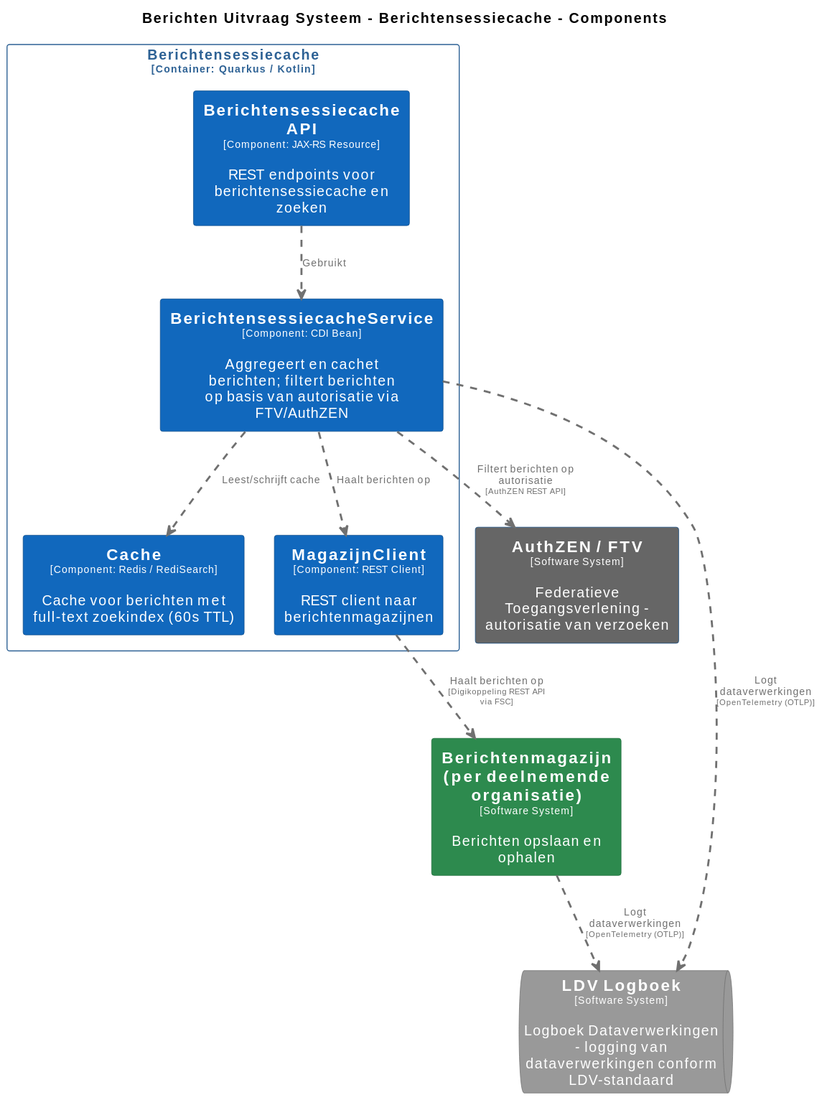
Earlier version of the PlantUML export master/svg/BerichtensessiecacheComponenten.svg (MinBZK/moza-poc-fbs-berichtenbox). Its source is kept beside it as master/puml/BerichtensessiecacheComponenten.puml.
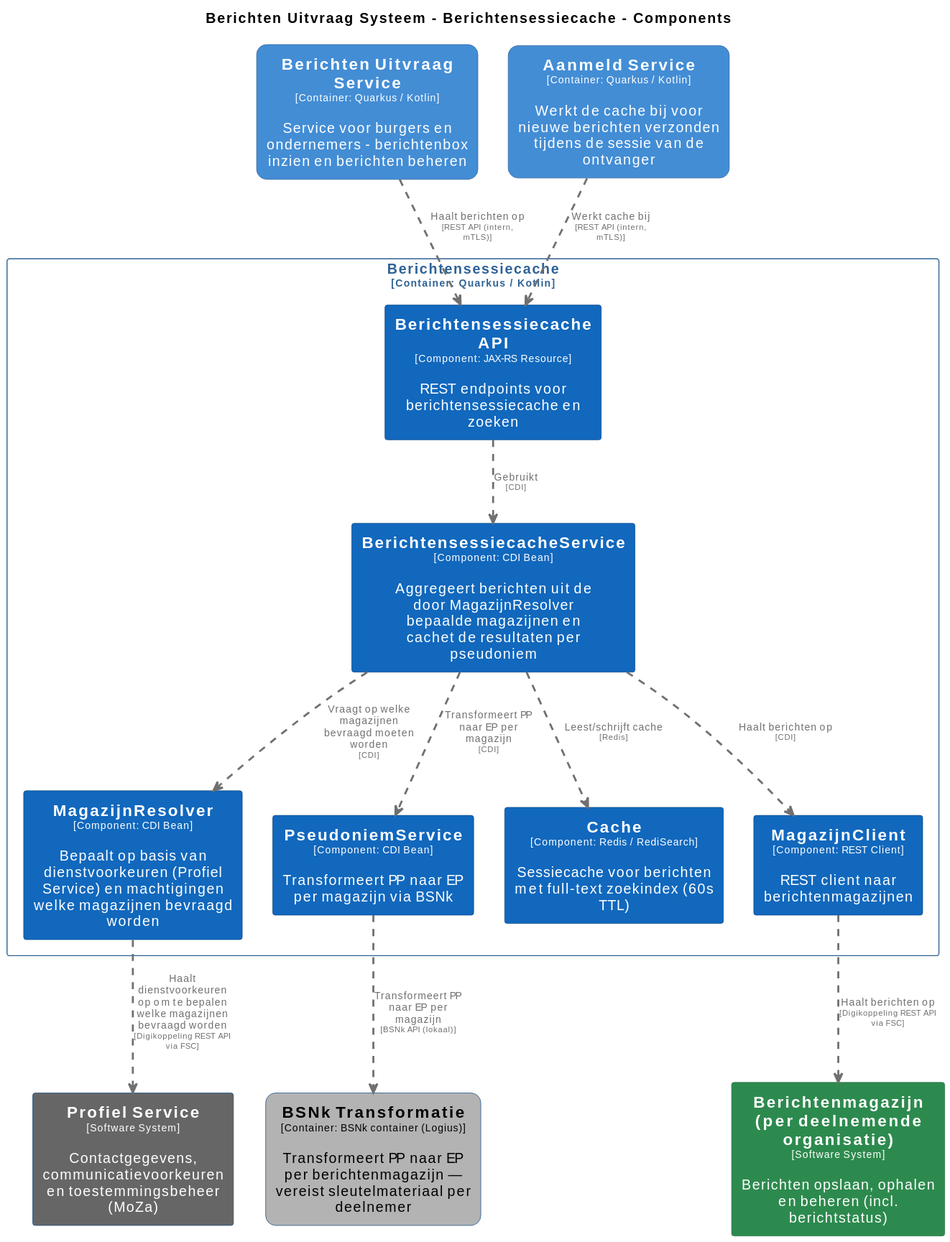
Later version of the same file.

What changed in the source:
```diff
@@ -15,10 +15,25 @@
 
 hide stereotype
 
-skinparam rectangle<<AuthZENFTV>> {
-  BackgroundColor #666666
+skinparam rectangle<<BerichtenUitvraagSysteem.AanmeldService>> {
+  BackgroundColor #438dd5
   FontColor #ffffff
+  BorderColor #2e6295
+  roundCorner 20
+  shadowing false
+}
+skinparam rectangle<<BerichtenUitvraagSysteem.BSNkTransformatie>> {
+  BackgroundColor #b3b3b3
+  FontColor #000000
   BorderColor #0b4884
+  roundCorner 20
+  shadowing false
+}
+skinparam rectangle<<BerichtenUitvraagSysteem.BerichtenUitvraagService>> {
+  BackgroundColor #438dd5
+  FontColor #ffffff
+  BorderColor #2e6295
+  roundCorner 20
   shadowing false
 }
 skinparam rectangle<<Berichtenmagazijnperdeelnemendeorganisatie>> {
@@ -45,13 +60,25 @@
   BorderColor #0b4884
   shadowing false
 }
-skinparam queue<<LDVLogboek>> {
-  BackgroundColor #999999
+skinparam rectangle<<BerichtenUitvraagSysteem.Berichtensessiecache.MagazijnClient>> {
+  BackgroundColor #1168bd
   FontColor #ffffff
-  BorderColor #6b6b6b
+  BorderColor #0b4884
   shadowing false
 }
-skinparam rectangle<<BerichtenUitvraagSysteem.Berichtensessiecache.MagazijnClient>> {
+skinparam rectangle<<BerichtenUitvraagSysteem.Berichtensessiecache.MagazijnResolver>> {
+  BackgroundColor #1168bd
+  FontColor #ffffff
+  BorderColor #0b4884
+  shadowing false
+}
+skinparam rectangle<<ProfielService>> {
+  BackgroundColor #666666
+  FontColor #ffffff
+  BorderColor #0b4884
+  shadowing false
+}
+skinparam rectangle<<BerichtenUitvraagSysteem.Berichtensessiecache.PseudoniemService>> {
   BackgroundColor #1168bd
   FontColor #ffffff
   BorderColor #0b4884
@@ -63,22 +90,29 @@
   shadowing false
 }
 
-rectangle "==AuthZEN / FTV\n<size:10>[Software System]</size>\n\nFederatieve Toegangsverlening - autorisatie van verzoeken" <<AuthZENFTV>> as AuthZENFTV
-rectangle "==Berichtenmagazijn (per deelnemende organisatie)\n<size:10>[Software System]</size>\n\nBerichten opslaan en ophalen" <<Berichtenmagazijnperdeelnemendeorganisatie>> as Berichtenmagazijnperdeelnemendeorganisatie
-queue "==LDV Logboek\n<size:10>[Software System]</size>\n\nLogboek Dataverwerkingen - logging van dataverwerkingen conform LDV-standaard" <<LDVLogboek>> as LDVLogboek
+rectangle "==Profiel Service\n<size:10>[Software System]</size>\n\nContactgegevens, communicatievoorkeuren en toestemmingsbeheer (MoZa)" <<ProfielService>> as ProfielService
+rectangle "==Berichtenmagazijn (per deelnemende organisatie)\n<size:10>[Software System]</size>\n\nBerichten opslaan, ophalen en beheren (incl. berichtstatus)" <<Berichtenmagazijnperdeelnemendeorganisatie>> as Berichtenmagazijnperdeelnemendeorganisatie
+rectangle "==Berichten Uitvraag Service\n<size:10>[Container: Quarkus / Kotlin]</size>\n\nService voor burgers en ondernemers - berichtenbox inzien en berichten beheren" <<BerichtenUitvraagSysteem.BerichtenUitvraagService>> as BerichtenUitvraagSysteem.BerichtenUitvraagService
+rectangle "==BSNk Transformatie\n<size:10>[Container: BSNk container (Logius)]</size>\n\nTransformeert PP naar EP per berichtenmagazijn — vereist sleutelmateriaal per deelnemer" <<BerichtenUitvraagSysteem.BSNkTransformatie>> as BerichtenUitvraagSysteem.BSNkTransformatie
+rectangle "==Aanmeld Service\n<size:10>[Container: Quarkus / Kotlin]</size>\n\nWerkt de cache bij voor nieuwe berichten verzonden tijdens de sessie van de ontvanger" <<BerichtenUitvraagSysteem.AanmeldService>> as BerichtenUitvraagSysteem.AanmeldService
 
 rectangle "Berichtensessiecache\n<size:10>[Container: Quarkus / Kotlin]</size>" <<BerichtenUitvraagSysteem.Berichtensessiecache>> {
   rectangle "==Berichtensessiecache API\n<size:10>[Component: JAX-RS Resource]</size>\n\nREST endpoints voor berichtensessiecache en zoeken" <<BerichtenUitvraagSysteem.Berichtensessiecache.BerichtensessiecacheAPI>> as BerichtenUitvraagSysteem.Berichtensessiecache.BerichtensessiecacheAPI
-  rectangle "==BerichtensessiecacheService\n<size:10>[Component: CDI Bean]</size>\n\nAggregeert en cachet berichten; filtert berichten op basis van autorisatie via FTV/AuthZEN" <<BerichtenUitvraagSysteem.Berichtensessiecache.BerichtensessiecacheService>> as BerichtenUitvraagSysteem.Berichtensessiecache.BerichtensessiecacheService
-  rectangle "==Cache\n<size:10>[Component: Redis / RediSearch]</size>\n\nCache voor berichten met full-text zoekindex (60s TTL)" <<BerichtenUitvraagSysteem.Berichtensessiecache.Cache>> as BerichtenUitvraagSysteem.Berichtensessiecache.Cache
+  rectangle "==MagazijnResolver\n<size:10>[Component: CDI Bean]</size>\n\nBepaalt op basis van dienstvoorkeuren (Profiel Service) en machtigingen welke magazijnen bevraagd worden" <<BerichtenUitvraagSysteem.Berichtensessiecache.MagazijnResolver>> as BerichtenUitvraagSysteem.Berichtensessiecache.MagazijnResolver
+  rectangle "==PseudoniemService\n<size:10>[Component: CDI Bean]</size>\n\nTransformeert PP naar EP per magazijn via BSNk" <<BerichtenUitvraagSysteem.Berichtensessiecache.PseudoniemService>> as BerichtenUitvraagSysteem.Berichtensessiecache.PseudoniemService
+  rectangle "==BerichtensessiecacheService\n<size:10>[Component: CDI Bean]</size>\n\nAggregeert berichten uit de door MagazijnResolver bepaalde magazijnen en cachet de resultaten per pseudoniem" <<BerichtenUitvraagSysteem.Berichtensessiecache.BerichtensessiecacheService>> as BerichtenUitvraagSysteem.Berichtensessiecache.BerichtensessiecacheService
+  rectangle "==Cache\n<size:10>[Component: Redis / RediSearch]</size>\n\nSessiecache voor berichten met full-text zoekindex (60s TTL)" <<BerichtenUitvraagSysteem.Berichtensessiecache.Cache>> as BerichtenUitvraagSysteem.Berichtensessiecache.Cache
   rectangle "==MagazijnClient\n<size:10>[Component: REST Client]</size>\n\nREST client naar berichtenmagazijnen" <<BerichtenUitvraagSysteem.Berichtensessiecache.MagazijnClient>> as BerichtenUitvraagSysteem.Berichtensessiecache.MagazijnClient
 }
 
-BerichtenUitvraagSysteem.Berichtensessiecache.BerichtensessiecacheService .[#707070,thickness=2].> LDVLogboek : "<color:#707070>Logt dataverwerkingen\n<color:#707070><size:8>[OpenTelemetry (OTLP)]</size>"
-BerichtenUitvraagSysteem.Berichtensessiecache.BerichtensessiecacheAPI .[#707070,thickness=2].> BerichtenUitvraagSysteem.Berichtensessiecache.BerichtensessiecacheService : "<color:#707070>Gebruikt"
-BerichtenUitvraagSysteem.Berichtensessiecache.BerichtensessiecacheService .[#707070,thickness=2].> BerichtenUitvraagSysteem.Berichtensessiecache.Cache : "<color:#707070>Leest/schrijft cache"
-BerichtenUitvraagSysteem.Berichtensessiecache.BerichtensessiecacheService .[#707070,thickness=2].> BerichtenUitvraagSysteem.Berichtensessiecache.MagazijnClient : "<color:#707070>Haalt berichten op"
-BerichtenUitvraagSysteem.Berichtensessiecache.BerichtensessiecacheService .[#707070,thickness=2].> AuthZENFTV : "<color:#707070>Filtert berichten op autorisatie\n<color:#707070><size:8>[AuthZEN REST API]</size>"
+BerichtenUitvraagSysteem.Berichtensessiecache.MagazijnResolver .[#707070,thickness=2].> ProfielService : "<color:#707070>Haalt dienstvoorkeuren op om te bepalen welke magazijnen bevraagd worden\n<color:#707070><size:8>[Digikoppeling REST API via FSC]</size>"
 BerichtenUitvraagSysteem.Berichtensessiecache.MagazijnClient .[#707070,thickness=2].> Berichtenmagazijnperdeelnemendeorganisatie : "<color:#707070>Haalt berichten op\n<color:#707070><size:8>[Digikoppeling REST API via FSC]</size>"
-Berichtenmagazijnperdeelnemendeorganisatie .[#707070,thickness=2].> LDVLogboek : "<color:#707070>Logt dataverwerkingen\n<color:#707070><size:8>[OpenTelemetry (OTLP)]</size>"
+BerichtenUitvraagSysteem.Berichtensessiecache.BerichtensessiecacheAPI .[#707070,thickness=2].> BerichtenUitvraagSysteem.Berichtensessiecache.BerichtensessiecacheService : "<color:#707070>Gebruikt\n<color:#707070><size:8>[CDI]</size>"
+BerichtenUitvraagSysteem.Berichtensessiecache.BerichtensessiecacheService .[#707070,thickness=2].> BerichtenUitvraagSysteem.Berichtensessiecache.MagazijnResolver : "<color:#707070>Vraagt op welke magazijnen bevraagd moeten worden\n<color:#707070><size:8>[CDI]</size>"
+BerichtenUitvraagSysteem.Berichtensessiecache.BerichtensessiecacheService .[#707070,thickness=2].> BerichtenUitvraagSysteem.Berichtensessiecache.PseudoniemService : "<color:#707070>Transformeert PP naar EP per magazijn\n<color:#707070><size:8>[CDI]</size>"
+BerichtenUitvraagSysteem.Berichtensessiecache.BerichtensessiecacheService .[#707070,thickness=2].> BerichtenUitvraagSysteem.Berichtensessiecache.Cache : "<color:#707070>Leest/schrijft cache\n<color:#707070><size:8>[Redis]</size>"
+BerichtenUitvraagSysteem.Berichtensessiecache.BerichtensessiecacheService .[#707070,thickness=2].> BerichtenUitvraagSysteem.Berichtensessiecache.MagazijnClient : "<color:#707070>Haalt berichten op\n<color:#707070><size:8>[CDI]</size>"
+BerichtenUitvraagSysteem.Berichtensessiecache.PseudoniemService .[#707070,thickness=2].> BerichtenUitvraagSysteem.BSNkTransformatie : "<color:#707070>Transformeert PP naar EP per magazijn\n<color:#707070><size:8>[BSNk API (lokaal)]</size>"
+BerichtenUitvraagSysteem.AanmeldService .[#707070,thickness=2].> BerichtenUitvraagSysteem.Berichtensessiecache.BerichtensessiecacheAPI : "<color:#707070>Werkt cache bij\n<color:#707070><size:8>[REST API (intern, mTLS)]</size>"
+BerichtenUitvraagSysteem.BerichtenUitvraagService .[#707070,thickness=2].> BerichtenUitvraagSysteem.Berichtensessiecache.BerichtensessiecacheAPI : "<color:#707070>Haalt berichten op\n<color:#707070><size:8>[REST API (intern, mTLS)]</size>"
 @enduml
```
